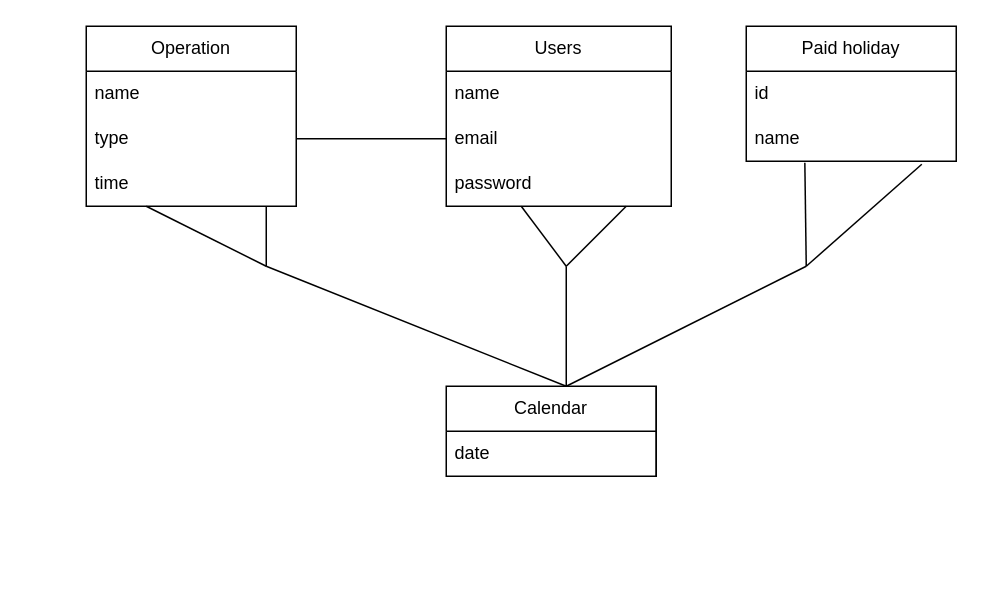
Newriver758/share_suke keeps this draw.io diagram as ER.dio. Above is the earlier version. Source tidied: cells renumbered, new cells numbered last; positions are measured from the earlier drawing's top-left corner, leaving out a move shared by most shapes. Both pictures are drawn from the tidied source at 150%, with x=0, y=0 at pixel (86, 26).
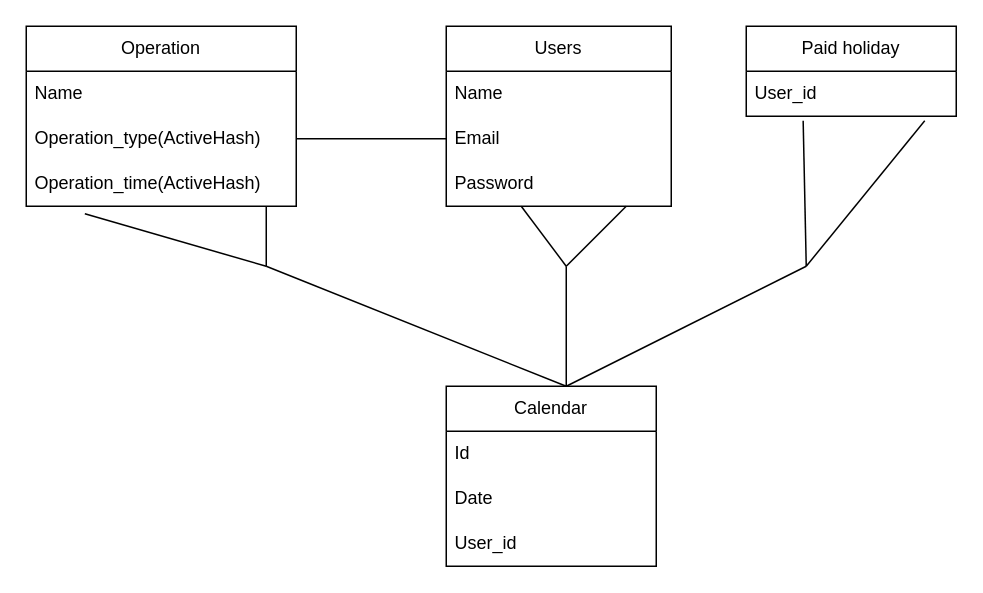
The same diagram, later.

The change refers to these unchanged cells:
```xml
<mxCell id="6" value="Users" style="swimlane;fontStyle=0;horizontal=1;startSize=30;whiteSpace=wrap;html=1;" parent="1" vertex="1">
  <mxGeometry x="240" width="150" height="120" as="geometry" />
</mxCell>
```

The edit, as a diff of the source:
```diff
@@
-    <mxCell id="2" value="Operation" style="swimlane;fontStyle=0;horizontal=1;startSize=30;whiteSpace=wrap;html=1;" parent="1" vertex="1">
-      <mxGeometry width="140" height="120" as="geometry" />
-    </mxCell>
-    <mxCell id="3" value="name" style="text;strokeColor=none;fillColor=none;align=left;verticalAlign=middle;spacingLeft=4;spacingRight=4;overflow=hidden;whiteSpace=wrap;html=1;" parent="2" vertex="1">
-      <mxGeometry y="30" width="140" height="30" as="geometry" />
-    </mxCell>
-    <mxCell id="4" value="type" style="text;strokeColor=none;fillColor=none;align=left;verticalAlign=middle;spacingLeft=4;spacingRight=4;overflow=hidden;points=[[0,0.5],[1,0.5]];portConstraint=eastwest;whiteSpace=wrap;html=1;" parent="2" vertex="1">
-      <mxGeometry y="60" width="140" height="30" as="geometry" />
-    </mxCell>
-    <mxCell id="5" value="time" style="text;strokeColor=none;fillColor=none;align=left;verticalAlign=middle;spacingLeft=4;spacingRight=4;overflow=hidden;whiteSpace=wrap;html=1;" parent="2" vertex="1">
-      <mxGeometry y="90" width="140" height="30" as="geometry" />
-    </mxCell>
@@
-    <mxCell id="7" value="name" style="text;strokeColor=none;fillColor=none;align=left;verticalAlign=middle;spacingLeft=4;spacingRight=4;overflow=hidden;whiteSpace=wrap;html=1;" parent="6" vertex="1">
+    <mxCell id="7" value="Name" style="text;strokeColor=none;fillColor=none;align=left;verticalAlign=middle;spacingLeft=4;spacingRight=4;overflow=hidden;whiteSpace=wrap;html=1;" parent="6" vertex="1">
       <mxGeometry y="30" width="150" height="30" as="geometry" />
     </mxCell>
-    <mxCell id="8" value="email" style="text;strokeColor=none;fillColor=none;align=left;verticalAlign=middle;spacingLeft=4;spacingRight=4;overflow=hidden;points=[[0,0.5],[1,0.5]];portConstraint=eastwest;whiteSpace=wrap;html=1;" parent="6" vertex="1">
+    <mxCell id="8" value="Email" style="text;strokeColor=none;fillColor=none;align=left;verticalAlign=middle;spacingLeft=4;spacingRight=4;overflow=hidden;points=[[0,0.5],[1,0.5]];portConstraint=eastwest;whiteSpace=wrap;html=1;" parent="6" vertex="1">
       <mxGeometry y="60" width="150" height="30" as="geometry" />
     </mxCell>
-    <mxCell id="9" value="password" style="text;strokeColor=none;fillColor=none;align=left;verticalAlign=middle;spacingLeft=4;spacingRight=4;overflow=hidden;whiteSpace=wrap;html=1;" parent="6" vertex="1">
+    <mxCell id="9" value="Password" style="text;strokeColor=none;fillColor=none;align=left;verticalAlign=middle;spacingLeft=4;spacingRight=4;overflow=hidden;whiteSpace=wrap;html=1;" parent="6" vertex="1">
       <mxGeometry y="90" width="150" height="30" as="geometry" />
     </mxCell>
-    <mxCell id="10" value="Calendar" style="swimlane;fontStyle=0;horizontal=1;startSize=30;whiteSpace=wrap;html=1;" parent="1" vertex="1">
-      <mxGeometry x="240" y="240" width="140" height="60" as="geometry" />
-    </mxCell>
-    <mxCell id="11" value="date" style="text;strokeColor=none;fillColor=none;align=left;verticalAlign=middle;spacingLeft=4;spacingRight=4;overflow=hidden;whiteSpace=wrap;html=1;" parent="10" vertex="1">
-      <mxGeometry y="30" width="140" height="30" as="geometry" />
-    </mxCell>
@@
-    <mxCell id="16" style="endArrow=none;html=1;entryX=0.279;entryY=1.033;entryDx=0;entryDy=0;entryPerimeter=0;" parent="1" edge="1" target="25">
+    <mxCell id="16" style="endArrow=none;html=1;entryX=0.271;entryY=1.1;entryDx=0;entryDy=0;entryPerimeter=0;" parent="1" edge="1" target="24">
       <mxGeometry relative="1" as="geometry">
         <mxPoint x="480" y="160" as="sourcePoint" />
       </mxGeometry>
     </mxCell>
-    <mxCell id="17" style="endArrow=none;html=1;entryX=0.836;entryY=1.067;entryDx=0;entryDy=0;entryPerimeter=0;" parent="1" edge="1" target="25">
+    <mxCell id="17" style="endArrow=none;html=1;entryX=0.85;entryY=1.1;entryDx=0;entryDy=0;entryPerimeter=0;" parent="1" edge="1" target="24">
       <mxGeometry relative="1" as="geometry">
         <mxPoint x="480" y="160" as="sourcePoint" />
       </mxGeometry>
     </mxCell>
@@
-    <mxCell id="20" style="endArrow=none;html=1;" parent="1" edge="1">
-      <mxGeometry relative="1" as="geometry">
-        <mxPoint x="380" y="300" as="sourcePoint" />
-        <mxPoint x="380" y="240" as="targetPoint" />
-      </mxGeometry>
-    </mxCell>
-    <mxCell id="21" style="endArrow=none;html=1;" parent="1" edge="1">
+    <mxCell id="21" style="endArrow=none;html=1;entryX=0.217;entryY=1.167;entryDx=0;entryDy=0;entryPerimeter=0;" parent="1" edge="1" target="31">
       <mxGeometry relative="1" as="geometry">
         <mxPoint x="120" y="160" as="sourcePoint" />
-        <mxPoint x="40" y="120" as="targetPoint" />
       </mxGeometry>
     </mxCell>
-    <mxCell id="22" style="endArrow=none;html=1;exitX=0;exitY=0.5;exitDx=0;exitDy=0;entryX=1;entryY=0.5;entryDx=0;entryDy=0;" parent="1" edge="1" source="8" target="4">
-      <mxGeometry relative="1" as="geometry" />
+    <mxCell id="22" style="endArrow=none;html=1;exitX=0;exitY=0.5;exitDx=0;exitDy=0;entryX=1;entryY=0.5;entryDx=0;entryDy=0;" parent="1" edge="1" source="8">
+      <mxGeometry relative="1" as="geometry">
+        <mxPoint x="140" y="75" as="targetPoint" />
+      </mxGeometry>
     </mxCell>
     <mxCell id="23" value="Paid holiday" style="swimlane;fontStyle=0;horizontal=1;startSize=30;whiteSpace=wrap;html=1;" parent="1" vertex="1">
-      <mxGeometry x="440" width="140" height="90" as="geometry" />
+      <mxGeometry x="440" width="140" height="60" as="geometry" />
     </mxCell>
-    <mxCell id="24" value="id" style="text;strokeColor=none;fillColor=none;align=left;verticalAlign=middle;spacingLeft=4;spacingRight=4;overflow=hidden;points=[[0,0.5],[1,0.5]];portConstraint=eastwest;whiteSpace=wrap;html=1;" parent="23" vertex="1">
+    <mxCell id="24" value="User_id" style="text;strokeColor=none;fillColor=none;align=left;verticalAlign=middle;spacingLeft=4;spacingRight=4;overflow=hidden;points=[[0,0.5],[1,0.5]];portConstraint=eastwest;whiteSpace=wrap;html=1;" parent="23" vertex="1">
       <mxGeometry y="30" width="140" height="30" as="geometry" />
     </mxCell>
-    <mxCell id="25" value="name" style="text;strokeColor=none;fillColor=none;align=left;verticalAlign=middle;spacingLeft=4;spacingRight=4;overflow=hidden;points=[[0,0.5],[1,0.5]];portConstraint=eastwest;whiteSpace=wrap;html=1;" parent="23" vertex="1">
-      <mxGeometry y="60" width="140" height="30" as="geometry" />
+    <mxCell id="25" value="Calendar" style="swimlane;fontStyle=0;horizontal=1;startSize=30;whiteSpace=wrap;html=1;" parent="1" vertex="1">
+      <mxGeometry x="240" y="240" width="140" height="120" as="geometry" />
     </mxCell>
+    <mxCell id="26" value="Id" style="text;strokeColor=none;fillColor=none;align=left;verticalAlign=middle;spacingLeft=4;spacingRight=4;overflow=hidden;whiteSpace=wrap;html=1;" parent="25" vertex="1">
+      <mxGeometry y="30" width="140" height="30" as="geometry" />
+    </mxCell>
+    <mxCell id="27" value="Date" style="text;strokeColor=none;fillColor=none;align=left;verticalAlign=middle;spacingLeft=4;spacingRight=4;overflow=hidden;whiteSpace=wrap;html=1;" parent="25" vertex="1">
+      <mxGeometry y="60" width="140" height="30" as="geometry" />
+    </mxCell>
+    <mxCell id="28" value="User_id" style="text;strokeColor=none;fillColor=none;align=left;verticalAlign=middle;spacingLeft=4;spacingRight=4;overflow=hidden;whiteSpace=wrap;html=1;" parent="25" vertex="1">
+      <mxGeometry y="90" width="140" height="30" as="geometry" />
+    </mxCell>
+    <mxCell id="2" value="Operation" style="swimlane;fontStyle=0;horizontal=1;startSize=30;whiteSpace=wrap;html=1;" parent="1" vertex="1">
+      <mxGeometry x="-40" width="180" height="120" as="geometry" />
+    </mxCell>
+    <mxCell id="29" value="Name" style="text;strokeColor=none;fillColor=none;align=left;verticalAlign=middle;spacingLeft=4;spacingRight=4;overflow=hidden;whiteSpace=wrap;html=1;" parent="2" vertex="1">
+      <mxGeometry y="30" width="180" height="30" as="geometry" />
+    </mxCell>
+    <mxCell id="30" value="Operation_type(ActiveHash)" style="text;strokeColor=none;fillColor=none;align=left;verticalAlign=middle;spacingLeft=4;spacingRight=4;overflow=hidden;whiteSpace=wrap;html=1;" parent="2" vertex="1">
+      <mxGeometry y="60" width="180" height="30" as="geometry" />
+    </mxCell>
+    <mxCell id="31" value="Operation_time(ActiveHash)" style="text;strokeColor=none;fillColor=none;align=left;verticalAlign=middle;spacingLeft=4;spacingRight=4;overflow=hidden;points=[[0,0.5],[1,0.5]];portConstraint=eastwest;whiteSpace=wrap;html=1;" parent="2" vertex="1">
+      <mxGeometry y="90" width="180" height="30" as="geometry" />
+    </mxCell>
```
